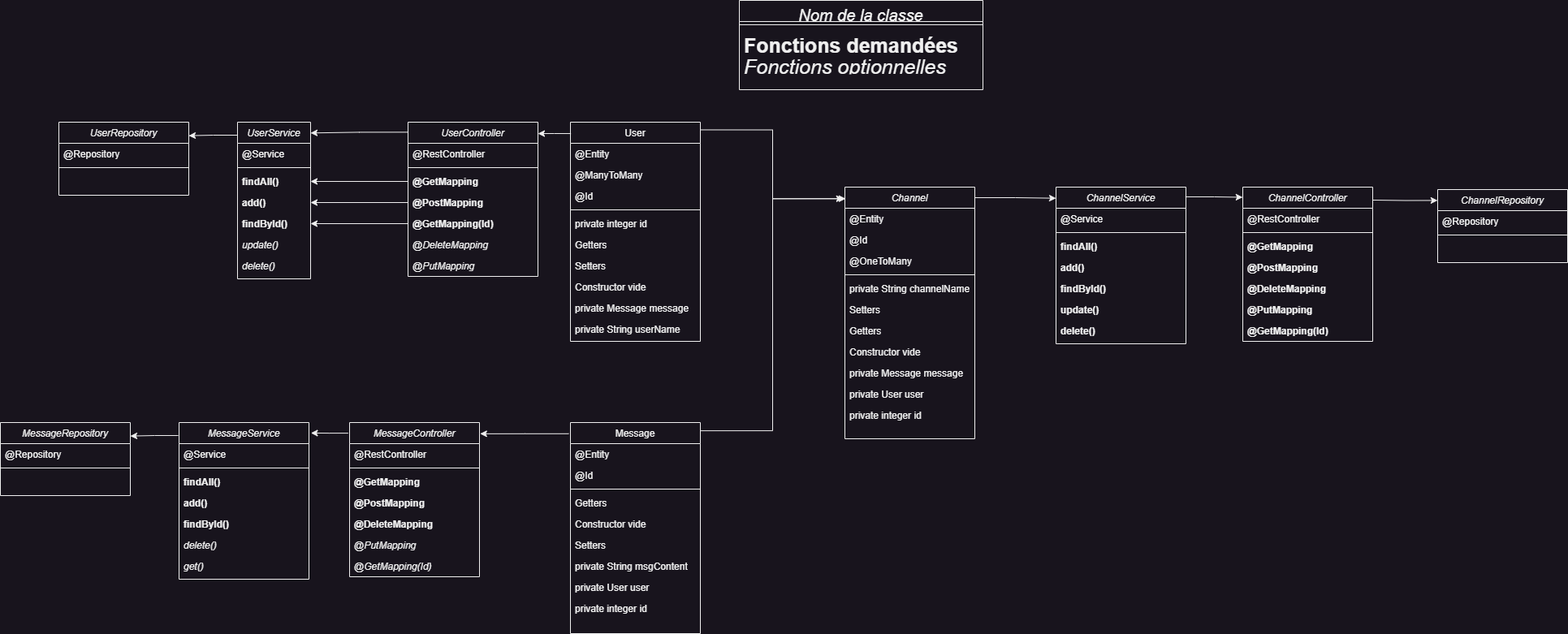
Before: src/ClassDiagram.png, a diagram exported from draw.io (ghezaliwahiba/SlackProjetFinal). Source tidied: cells renumbered, new cells last; positions are measured from the earlier drawing's top-left corner, leaving out a move shared by most shapes.
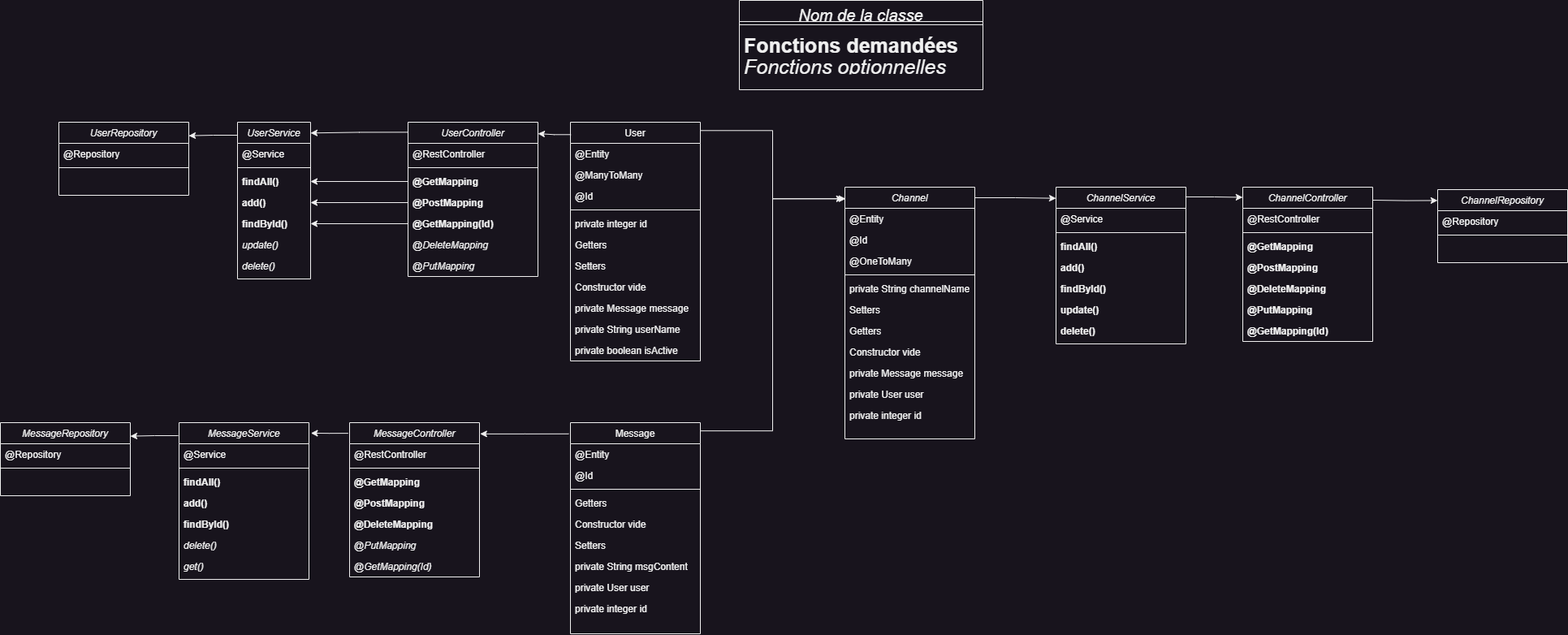
Later version of the same file.

Commit message:
creation Diagramme Flux.drawio

Diff of the diagram source:
```diff
@@ -48,7 +48,7 @@
       <mxGeometry y="268" width="160" height="26" as="geometry" />
     </mxCell>
     <mxCell id="17" value="User" style="swimlane;fontStyle=0;align=center;verticalAlign=top;horizontal=1;startSize=26;rounded=0;shadow=0;strokeWidth=1;" parent="1" vertex="1">
-      <mxGeometry x="702" y="150" width="160" height="270" as="geometry" />
+      <mxGeometry x="702" y="150" width="160" height="294" as="geometry" />
     </mxCell>
     <mxCell id="18" value="@Entity" style="text;align=left;verticalAlign=top;spacingLeft=4;spacingRight=4;overflow=hidden;" parent="17" vertex="1">
       <mxGeometry y="26" width="160" height="26" as="geometry" />
@@ -80,6 +80,9 @@
     <mxCell id="27" value="private String userName" style="text;align=left;verticalAlign=top;spacingLeft=4;spacingRight=4;overflow=hidden;rounded=0;shadow=0;html=0;" parent="17" vertex="1">
       <mxGeometry y="242" width="160" height="26" as="geometry" />
     </mxCell>
+    <mxCell id="110" value="private boolean isActive" style="text;align=left;verticalAlign=top;spacingLeft=4;spacingRight=4;overflow=hidden;rounded=0;shadow=0;html=0;" parent="17" vertex="1">
+      <mxGeometry y="268" width="160" height="26" as="geometry" />
+    </mxCell>
     <mxCell id="28" value="Message" style="swimlane;fontStyle=0;align=center;verticalAlign=top;horizontal=1;startSize=26;rounded=0;shadow=0;strokeWidth=1;" parent="1" vertex="1">
       <mxGeometry x="702" y="520" width="160" height="260" as="geometry" />
     </mxCell>
```
